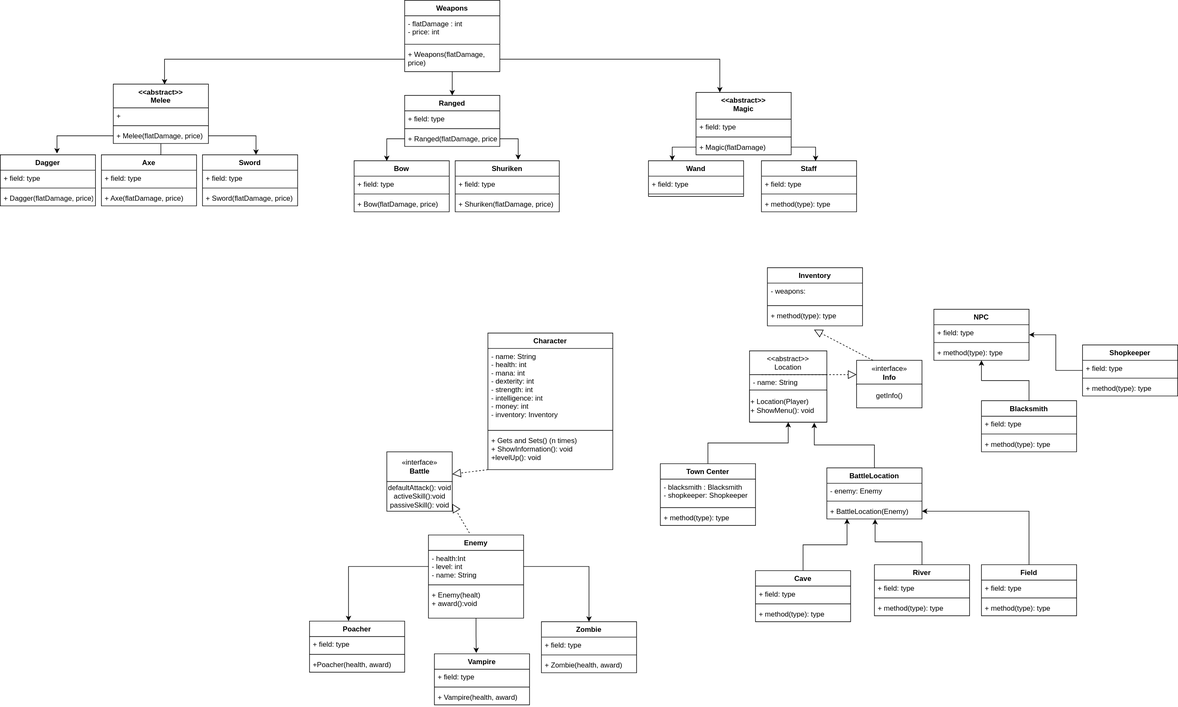
umutaan50/OOPrinciplesProjectAG keeps this draw.io diagram as OOPrinciplesAG.drawio.svg. Above is the earlier version. Source tidied: cells renumbered, new cells last; positions are measured from the earlier drawing's top-left corner, leaving out a move shared by most shapes.
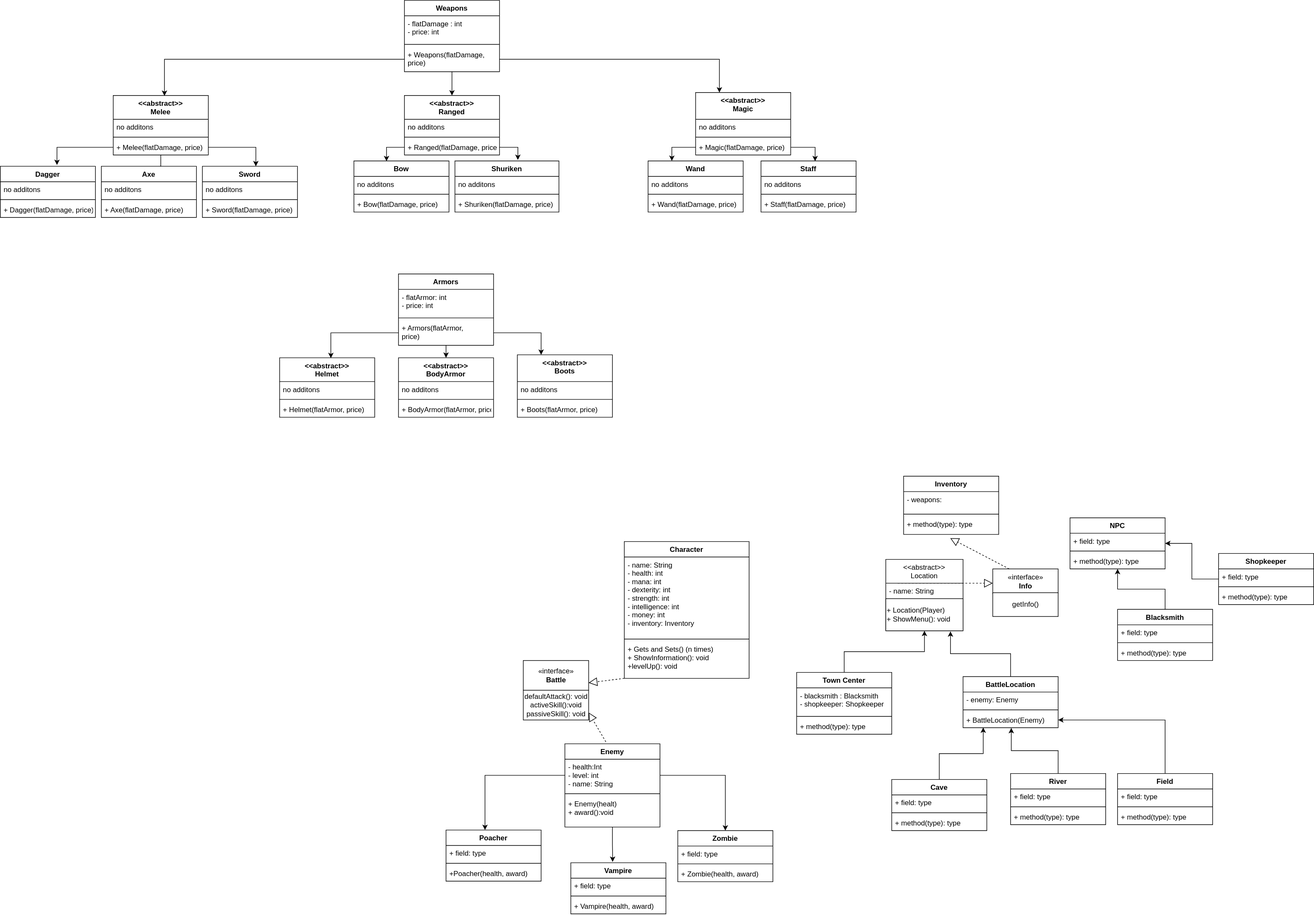
After the change.

The edit, as a diff of the source:
```diff
@@ -246,7 +246,7 @@
       <mxGeometry relative="1" as="geometry" />
     </mxCell>
     <mxCell id="80" value="Weapons" style="swimlane;fontStyle=1;align=center;verticalAlign=top;horizontal=1;startSize=26;" parent="1" vertex="1">
-      <mxGeometry x="680" width="160" height="120" as="geometry" />
+      <mxGeometry x="450" y="-350" width="160" height="120" as="geometry" />
     </mxCell>
     <mxCell id="81" value="- flatDamage : int&#10;- price: int" style="text;strokeColor=none;fillColor=none;align=left;verticalAlign=top;spacingLeft=4;spacingRight=4;overflow=hidden;" parent="80" vertex="1">
       <mxGeometry y="26" width="160" height="44" as="geometry" />
@@ -262,13 +262,13 @@
     </mxCell>
     <mxCell id="85" style="edgeStyle=orthogonalEdgeStyle;rounded=0;jettySize=auto;html=1;" parent="1" edge="1" source="89">
       <mxGeometry relative="1" as="geometry">
-        <mxPoint x="430" y="260" as="targetPoint" />
+        <mxPoint x="200" y="-71" as="targetPoint" />
       </mxGeometry>
     </mxCell>
     <mxCell id="86" value="&lt;&lt;abstract&gt;&gt;&#10;Melee" style="swimlane;fontStyle=1;align=center;verticalAlign=top;horizontal=1;startSize=40;" parent="1" vertex="1">
-      <mxGeometry x="190" y="141" width="160" height="100" as="geometry" />
+      <mxGeometry x="-40" y="-190" width="160" height="100" as="geometry" />
     </mxCell>
-    <mxCell id="87" value="+" style="text;strokeColor=none;fillColor=none;align=left;verticalAlign=top;spacingLeft=4;spacingRight=4;overflow=hidden;" parent="86" vertex="1">
+    <mxCell id="87" value="no additons" style="text;strokeColor=none;fillColor=none;align=left;verticalAlign=top;spacingLeft=4;spacingRight=4;overflow=hidden;" parent="86" vertex="1">
       <mxGeometry y="40" width="160" height="26" as="geometry" />
     </mxCell>
     <mxCell id="88" style="line;strokeWidth=1;fillColor=none;align=left;verticalAlign=middle;spacingTop=-1;spacingLeft=3;spacingRight=3;labelPosition=right;" parent="86" vertex="1">
@@ -277,37 +277,37 @@
     <mxCell id="89" value="+ Melee(flatDamage, price)" style="text;strokeColor=none;fillColor=none;align=left;verticalAlign=top;spacingLeft=4;spacingRight=4;overflow=hidden;points=[[0,0.5],[1,0.5]];portConstraint=eastwest;" parent="86" vertex="1">
       <mxGeometry y="74" width="160" height="26" as="geometry" />
     </mxCell>
-    <mxCell id="90" value="Ranged" style="swimlane;fontStyle=1;align=center;verticalAlign=top;horizontal=1;startSize=26;" parent="1" vertex="1">
-      <mxGeometry x="680" y="160" width="160" height="86" as="geometry" />
+    <mxCell id="90" value="&lt;&lt;abstract&gt;&gt;&#10;Ranged" style="swimlane;fontStyle=1;align=center;verticalAlign=top;horizontal=1;startSize=40;" parent="1" vertex="1">
+      <mxGeometry x="450" y="-190" width="160" height="100" as="geometry" />
     </mxCell>
-    <mxCell id="91" value="+ field: type" style="text;strokeColor=none;fillColor=none;align=left;verticalAlign=top;spacingLeft=4;spacingRight=4;overflow=hidden;" parent="90" vertex="1">
-      <mxGeometry y="26" width="160" height="26" as="geometry" />
+    <mxCell id="91" value="no additons" style="text;strokeColor=none;fillColor=none;align=left;verticalAlign=top;spacingLeft=4;spacingRight=4;overflow=hidden;" parent="90" vertex="1">
+      <mxGeometry y="40" width="160" height="26" as="geometry" />
     </mxCell>
     <mxCell id="92" style="line;strokeWidth=1;fillColor=none;align=left;verticalAlign=middle;spacingTop=-1;spacingLeft=3;spacingRight=3;labelPosition=right;" parent="90" vertex="1">
-      <mxGeometry y="52" width="160" height="8" as="geometry" />
+      <mxGeometry y="66" width="160" height="8" as="geometry" />
     </mxCell>
     <mxCell id="93" value="+ Ranged(flatDamage, price)" style="text;strokeColor=none;fillColor=none;align=left;verticalAlign=top;spacingLeft=4;spacingRight=4;overflow=hidden;points=[[0,0.5],[1,0.5]];portConstraint=eastwest;" parent="90" vertex="1">
-      <mxGeometry y="60" width="160" height="26" as="geometry" />
+      <mxGeometry y="74" width="160" height="26" as="geometry" />
     </mxCell>
     <mxCell id="94" value="&lt;&lt;abstract&gt;&gt;&#10;Magic" style="swimlane;fontStyle=1;align=center;verticalAlign=top;horizontal=1;startSize=45;" parent="1" vertex="1">
-      <mxGeometry x="1170" y="155" width="160" height="105" as="geometry" />
+      <mxGeometry x="940" y="-195" width="160" height="105" as="geometry" />
     </mxCell>
-    <mxCell id="95" value="+ field: type" style="text;strokeColor=none;fillColor=none;align=left;verticalAlign=top;spacingLeft=4;spacingRight=4;overflow=hidden;" parent="94" vertex="1">
+    <mxCell id="95" value="no additons" style="text;strokeColor=none;fillColor=none;align=left;verticalAlign=top;spacingLeft=4;spacingRight=4;overflow=hidden;" parent="94" vertex="1">
       <mxGeometry y="45" width="160" height="26" as="geometry" />
     </mxCell>
     <mxCell id="96" style="line;strokeWidth=1;fillColor=none;align=left;verticalAlign=middle;spacingTop=-1;spacingLeft=3;spacingRight=3;labelPosition=right;" parent="94" vertex="1">
       <mxGeometry y="71" width="160" height="8" as="geometry" />
     </mxCell>
-    <mxCell id="97" value="+ Magic(flatDamage)" style="text;strokeColor=none;fillColor=none;align=left;verticalAlign=top;spacingLeft=4;spacingRight=4;overflow=hidden;points=[[0,0.5],[1,0.5]];portConstraint=eastwest;" parent="94" vertex="1">
+    <mxCell id="97" value="+ Magic(flatDamage, price)" style="text;strokeColor=none;fillColor=none;align=left;verticalAlign=top;spacingLeft=4;spacingRight=4;overflow=hidden;points=[[0,0.5],[1,0.5]];portConstraint=eastwest;" parent="94" vertex="1">
       <mxGeometry y="79" width="160" height="26" as="geometry" />
     </mxCell>
     <mxCell id="98" style="edgeStyle=orthogonalEdgeStyle;rounded=0;jettySize=auto;html=1;entryX=0.539;entryY=0.006;entryDx=0;entryDy=0;entryPerimeter=0;" parent="1" edge="1" source="83" target="86">
       <mxGeometry relative="1" as="geometry" />
     </mxCell>
     <mxCell id="99" value="Dagger" style="swimlane;fontStyle=1;align=center;verticalAlign=top;horizontal=1;startSize=26;" parent="1" vertex="1">
-      <mxGeometry y="260" width="160" height="86" as="geometry" />
+      <mxGeometry x="-230" y="-71" width="160" height="86" as="geometry" />
     </mxCell>
-    <mxCell id="100" value="+ field: type" style="text;strokeColor=none;fillColor=none;align=left;verticalAlign=top;spacingLeft=4;spacingRight=4;overflow=hidden;" parent="99" vertex="1">
+    <mxCell id="100" value="no additons" style="text;strokeColor=none;fillColor=none;align=left;verticalAlign=top;spacingLeft=4;spacingRight=4;overflow=hidden;" parent="99" vertex="1">
       <mxGeometry y="26" width="160" height="26" as="geometry" />
     </mxCell>
     <mxCell id="101" style="line;strokeWidth=1;fillColor=none;align=left;verticalAlign=middle;spacingTop=-1;spacingLeft=3;spacingRight=3;labelPosition=right;" parent="99" vertex="1">
@@ -317,9 +317,9 @@
       <mxGeometry y="60" width="160" height="26" as="geometry" />
     </mxCell>
     <mxCell id="103" value="Axe" style="swimlane;fontStyle=1;align=center;verticalAlign=top;horizontal=1;startSize=26;" parent="1" vertex="1">
-      <mxGeometry x="170" y="260" width="160" height="86" as="geometry" />
+      <mxGeometry x="-60" y="-71" width="160" height="86" as="geometry" />
     </mxCell>
-    <mxCell id="104" value="+ field: type" style="text;strokeColor=none;fillColor=none;align=left;verticalAlign=top;spacingLeft=4;spacingRight=4;overflow=hidden;" parent="103" vertex="1">
+    <mxCell id="104" value="no additons" style="text;strokeColor=none;fillColor=none;align=left;verticalAlign=top;spacingLeft=4;spacingRight=4;overflow=hidden;" parent="103" vertex="1">
       <mxGeometry y="26" width="160" height="26" as="geometry" />
     </mxCell>
     <mxCell id="105" style="line;strokeWidth=1;fillColor=none;align=left;verticalAlign=middle;spacingTop=-1;spacingLeft=3;spacingRight=3;labelPosition=right;" parent="103" vertex="1">
@@ -329,9 +329,9 @@
       <mxGeometry y="60" width="160" height="26" as="geometry" />
     </mxCell>
     <mxCell id="107" value="Bow" style="swimlane;fontStyle=1;align=center;verticalAlign=top;horizontal=1;startSize=26;" parent="1" vertex="1">
-      <mxGeometry x="595" y="270" width="160" height="86" as="geometry" />
+      <mxGeometry x="365" y="-80" width="160" height="86" as="geometry" />
     </mxCell>
-    <mxCell id="108" value="+ field: type" style="text;strokeColor=none;fillColor=none;align=left;verticalAlign=top;spacingLeft=4;spacingRight=4;overflow=hidden;" parent="107" vertex="1">
+    <mxCell id="108" value="no additons" style="text;strokeColor=none;fillColor=none;align=left;verticalAlign=top;spacingLeft=4;spacingRight=4;overflow=hidden;" parent="107" vertex="1">
       <mxGeometry y="26" width="160" height="26" as="geometry" />
     </mxCell>
     <mxCell id="109" style="line;strokeWidth=1;fillColor=none;align=left;verticalAlign=middle;spacingTop=-1;spacingLeft=3;spacingRight=3;labelPosition=right;" parent="107" vertex="1">
@@ -344,9 +344,9 @@
       <mxGeometry relative="1" as="geometry" />
     </mxCell>
     <mxCell id="112" value="Sword" style="swimlane;fontStyle=1;align=center;verticalAlign=top;horizontal=1;startSize=26;" parent="1" vertex="1">
-      <mxGeometry x="340" y="260" width="160" height="86" as="geometry" />
+      <mxGeometry x="110" y="-71" width="160" height="86" as="geometry" />
     </mxCell>
-    <mxCell id="113" value="+ field: type" style="text;strokeColor=none;fillColor=none;align=left;verticalAlign=top;spacingLeft=4;spacingRight=4;overflow=hidden;" parent="112" vertex="1">
+    <mxCell id="113" value="no additons" style="text;strokeColor=none;fillColor=none;align=left;verticalAlign=top;spacingLeft=4;spacingRight=4;overflow=hidden;" parent="112" vertex="1">
       <mxGeometry y="26" width="160" height="26" as="geometry" />
     </mxCell>
     <mxCell id="114" style="line;strokeWidth=1;fillColor=none;align=left;verticalAlign=middle;spacingTop=-1;spacingLeft=3;spacingRight=3;labelPosition=right;" parent="112" vertex="1">
@@ -359,9 +359,9 @@
       <mxGeometry relative="1" as="geometry" />
     </mxCell>
     <mxCell id="117" value="Shuriken" style="swimlane;fontStyle=1;align=center;verticalAlign=top;horizontal=1;startSize=26;" parent="1" vertex="1">
-      <mxGeometry x="765" y="270" width="175" height="86" as="geometry" />
+      <mxGeometry x="535" y="-80" width="175" height="86" as="geometry" />
     </mxCell>
-    <mxCell id="118" value="+ field: type" style="text;strokeColor=none;fillColor=none;align=left;verticalAlign=top;spacingLeft=4;spacingRight=4;overflow=hidden;" parent="117" vertex="1">
+    <mxCell id="118" value="no additons" style="text;strokeColor=none;fillColor=none;align=left;verticalAlign=top;spacingLeft=4;spacingRight=4;overflow=hidden;" parent="117" vertex="1">
       <mxGeometry y="26" width="175" height="26" as="geometry" />
     </mxCell>
     <mxCell id="119" style="line;strokeWidth=1;fillColor=none;align=left;verticalAlign=middle;spacingTop=-1;spacingLeft=3;spacingRight=3;labelPosition=right;" parent="117" vertex="1">
@@ -377,24 +377,27 @@
       <mxGeometry relative="1" as="geometry" />
     </mxCell>
     <mxCell id="123" value="Wand" style="swimlane;fontStyle=1;align=center;verticalAlign=top;horizontal=1;startSize=26;" parent="1" vertex="1">
-      <mxGeometry x="1090" y="270" width="160" height="60" as="geometry" />
+      <mxGeometry x="860" y="-80" width="160" height="86" as="geometry" />
     </mxCell>
-    <mxCell id="124" value="+ field: type" style="text;strokeColor=none;fillColor=none;align=left;verticalAlign=top;spacingLeft=4;spacingRight=4;overflow=hidden;" parent="123" vertex="1">
+    <mxCell id="124" value="no additons" style="text;strokeColor=none;fillColor=none;align=left;verticalAlign=top;spacingLeft=4;spacingRight=4;overflow=hidden;" parent="123" vertex="1">
       <mxGeometry y="26" width="160" height="26" as="geometry" />
     </mxCell>
     <mxCell id="125" style="line;strokeWidth=1;fillColor=none;align=left;verticalAlign=middle;spacingTop=-1;spacingLeft=3;spacingRight=3;labelPosition=right;" parent="123" vertex="1">
       <mxGeometry y="52" width="160" height="8" as="geometry" />
     </mxCell>
+    <mxCell id="132" value="+ Wand(flatDamage, price)" style="text;strokeColor=none;fillColor=none;align=left;verticalAlign=top;spacingLeft=4;spacingRight=4;overflow=hidden;" parent="123" vertex="1">
+      <mxGeometry y="60" width="160" height="26" as="geometry" />
+    </mxCell>
     <mxCell id="126" value="Staff" style="swimlane;fontStyle=1;align=center;verticalAlign=top;horizontal=1;startSize=26;" parent="1" vertex="1">
-      <mxGeometry x="1280" y="270" width="160" height="86" as="geometry" />
+      <mxGeometry x="1050" y="-80" width="160" height="86" as="geometry" />
     </mxCell>
-    <mxCell id="127" value="+ field: type" style="text;strokeColor=none;fillColor=none;align=left;verticalAlign=top;spacingLeft=4;spacingRight=4;overflow=hidden;" parent="126" vertex="1">
+    <mxCell id="127" value="no additons" style="text;strokeColor=none;fillColor=none;align=left;verticalAlign=top;spacingLeft=4;spacingRight=4;overflow=hidden;" parent="126" vertex="1">
       <mxGeometry y="26" width="160" height="26" as="geometry" />
     </mxCell>
     <mxCell id="128" style="line;strokeWidth=1;fillColor=none;align=left;verticalAlign=middle;spacingTop=-1;spacingLeft=3;spacingRight=3;labelPosition=right;" parent="126" vertex="1">
       <mxGeometry y="52" width="160" height="8" as="geometry" />
     </mxCell>
-    <mxCell id="129" value="+ method(type): type" style="text;strokeColor=none;fillColor=none;align=left;verticalAlign=top;spacingLeft=4;spacingRight=4;overflow=hidden;" parent="126" vertex="1">
+    <mxCell id="129" value="+ Staff(flatDamage, price)" style="text;strokeColor=none;fillColor=none;align=left;verticalAlign=top;spacingLeft=4;spacingRight=4;overflow=hidden;" parent="126" vertex="1">
       <mxGeometry y="60" width="160" height="26" as="geometry" />
     </mxCell>
     <mxCell id="130" style="edgeStyle=orthogonalEdgeStyle;rounded=0;jettySize=auto;html=1;entryX=0.25;entryY=0;entryDx=0;entryDy=0;" parent="1" edge="1" source="97" target="123">
@@ -403,5 +406,62 @@
     <mxCell id="131" style="edgeStyle=orthogonalEdgeStyle;rounded=0;jettySize=auto;html=1;entryX=0.569;entryY=0.006;entryDx=0;entryDy=0;entryPerimeter=0;" parent="1" edge="1" source="97" target="126">
       <mxGeometry relative="1" as="geometry" />
     </mxCell>
+    <mxCell id="133" style="edgeStyle=orthogonalEdgeStyle;rounded=0;jettySize=auto;html=1;" parent="1" edge="1" source="134" target="142">
+      <mxGeometry relative="1" as="geometry" />
+    </mxCell>
+    <mxCell id="134" value="Armors" style="swimlane;fontStyle=1;align=center;verticalAlign=top;horizontal=1;startSize=26;" parent="1" vertex="1">
+      <mxGeometry x="440" y="110" width="160" height="120" as="geometry" />
+    </mxCell>
+    <mxCell id="135" value="- flatArmor: int&#10;- price: int" style="text;strokeColor=none;fillColor=none;align=left;verticalAlign=top;spacingLeft=4;spacingRight=4;overflow=hidden;" parent="134" vertex="1">
+      <mxGeometry y="26" width="160" height="44" as="geometry" />
+    </mxCell>
+    <mxCell id="136" style="line;strokeWidth=1;fillColor=none;align=left;verticalAlign=middle;spacingTop=-1;spacingLeft=3;spacingRight=3;labelPosition=right;" parent="134" vertex="1">
+      <mxGeometry y="70" width="160" height="8" as="geometry" />
+    </mxCell>
+    <mxCell id="137" value="+ Armors(flatArmor, &#10;price)" style="text;strokeColor=none;fillColor=none;align=left;verticalAlign=top;spacingLeft=4;spacingRight=4;overflow=hidden;points=[[0,0.5],[1,0.5]];portConstraint=eastwest;" parent="134" vertex="1">
+      <mxGeometry y="78" width="160" height="42" as="geometry" />
+    </mxCell>
+    <mxCell id="138" value="&lt;&lt;abstract&gt;&gt;&#10;Helmet" style="swimlane;fontStyle=1;align=center;verticalAlign=top;horizontal=1;startSize=40;" parent="1" vertex="1">
+      <mxGeometry x="240" y="251" width="160" height="100" as="geometry" />
+    </mxCell>
+    <mxCell id="139" value="no additons" style="text;strokeColor=none;fillColor=none;align=left;verticalAlign=top;spacingLeft=4;spacingRight=4;overflow=hidden;" parent="138" vertex="1">
+      <mxGeometry y="40" width="160" height="26" as="geometry" />
+    </mxCell>
+    <mxCell id="140" style="line;strokeWidth=1;fillColor=none;align=left;verticalAlign=middle;spacingTop=-1;spacingLeft=3;spacingRight=3;labelPosition=right;" parent="138" vertex="1">
+      <mxGeometry y="66" width="160" height="8" as="geometry" />
+    </mxCell>
+    <mxCell id="141" value="+ Helmet(flatArmor, price)" style="text;strokeColor=none;fillColor=none;align=left;verticalAlign=top;spacingLeft=4;spacingRight=4;overflow=hidden;" parent="138" vertex="1">
+      <mxGeometry y="74" width="160" height="26" as="geometry" />
+    </mxCell>
+    <mxCell id="142" value="&lt;&lt;abstract&gt;&gt;&#10;BodyArmor" style="swimlane;fontStyle=1;align=center;verticalAlign=top;horizontal=1;startSize=40;" parent="1" vertex="1">
+      <mxGeometry x="440" y="251" width="160" height="100" as="geometry" />
+    </mxCell>
+    <mxCell id="143" value="no additons" style="text;strokeColor=none;fillColor=none;align=left;verticalAlign=top;spacingLeft=4;spacingRight=4;overflow=hidden;" parent="142" vertex="1">
+      <mxGeometry y="40" width="160" height="26" as="geometry" />
+    </mxCell>
+    <mxCell id="144" style="line;strokeWidth=1;fillColor=none;align=left;verticalAlign=middle;spacingTop=-1;spacingLeft=3;spacingRight=3;labelPosition=right;" parent="142" vertex="1">
+      <mxGeometry y="66" width="160" height="8" as="geometry" />
+    </mxCell>
+    <mxCell id="145" value="+ BodyArmor(flatArmor, price)" style="text;strokeColor=none;fillColor=none;align=left;verticalAlign=top;spacingLeft=4;spacingRight=4;overflow=hidden;" parent="142" vertex="1">
+      <mxGeometry y="74" width="160" height="26" as="geometry" />
+    </mxCell>
+    <mxCell id="146" value="&lt;&lt;abstract&gt;&gt;&#10;Boots" style="swimlane;fontStyle=1;align=center;verticalAlign=top;horizontal=1;startSize=45;" parent="1" vertex="1">
+      <mxGeometry x="640" y="246" width="160" height="105" as="geometry" />
+    </mxCell>
+    <mxCell id="147" value="no additons" style="text;strokeColor=none;fillColor=none;align=left;verticalAlign=top;spacingLeft=4;spacingRight=4;overflow=hidden;" parent="146" vertex="1">
+      <mxGeometry y="45" width="160" height="26" as="geometry" />
+    </mxCell>
+    <mxCell id="148" style="line;strokeWidth=1;fillColor=none;align=left;verticalAlign=middle;spacingTop=-1;spacingLeft=3;spacingRight=3;labelPosition=right;" parent="146" vertex="1">
+      <mxGeometry y="71" width="160" height="8" as="geometry" />
+    </mxCell>
+    <mxCell id="149" value="+ Boots(flatArmor, price)" style="text;strokeColor=none;fillColor=none;align=left;verticalAlign=top;spacingLeft=4;spacingRight=4;overflow=hidden;" parent="146" vertex="1">
+      <mxGeometry y="79" width="160" height="26" as="geometry" />
+    </mxCell>
+    <mxCell id="150" style="edgeStyle=orthogonalEdgeStyle;rounded=0;jettySize=auto;html=1;entryX=0.539;entryY=0.006;entryDx=0;entryDy=0;entryPerimeter=0;" parent="1" edge="1" source="137" target="138">
+      <mxGeometry relative="1" as="geometry" />
+    </mxCell>
+    <mxCell id="151" style="edgeStyle=orthogonalEdgeStyle;rounded=0;jettySize=auto;html=1;entryX=0.25;entryY=0;entryDx=0;entryDy=0;" parent="1" edge="1" source="137" target="146">
+      <mxGeometry relative="1" as="geometry" />
+    </mxCell>
   </root>
 </mxGraphModel>
```
